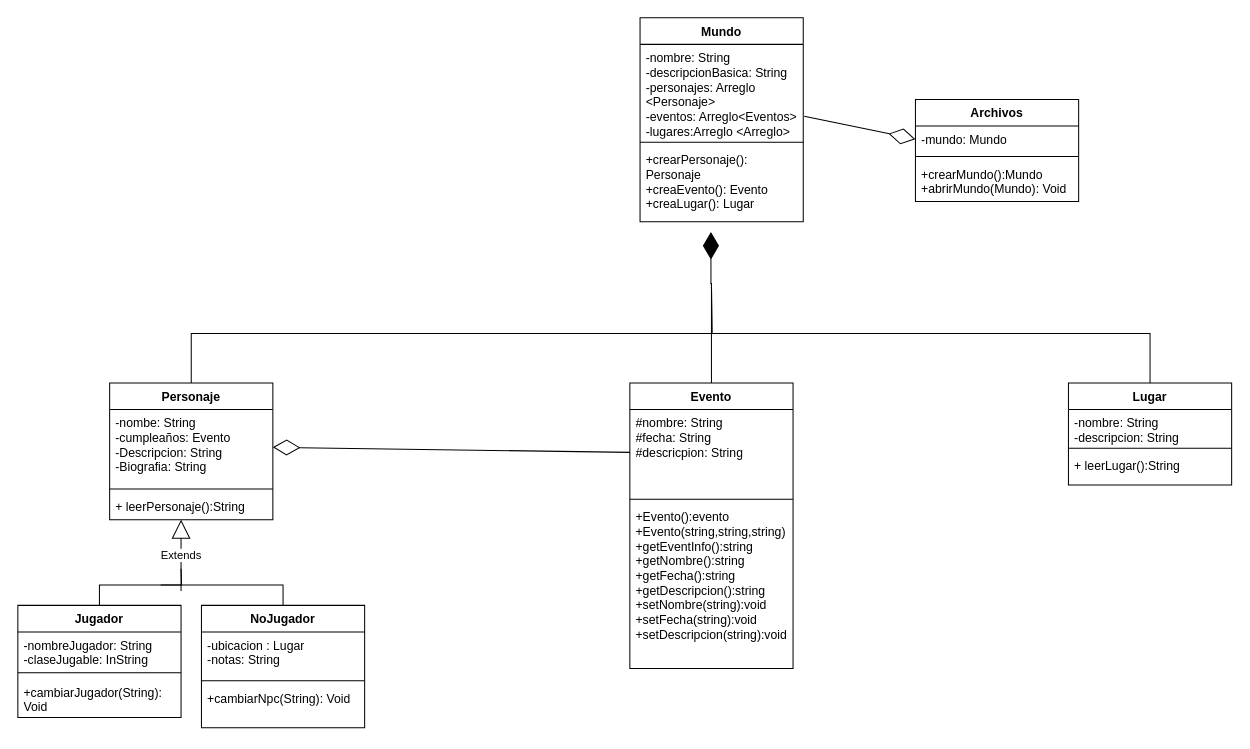
Before: Diagrama sin título.drawio in Jh700wolf/Worldbuilding-tool, a draw.io diagram. Source tidied: cells renumbered, new cells numbered last; positions are measured from the earlier drawing's top-left corner, leaving out a move shared by most shapes. Both pictures are drawn from the tidied source at 102%, with x=0, y=0 at pixel (17, 17).
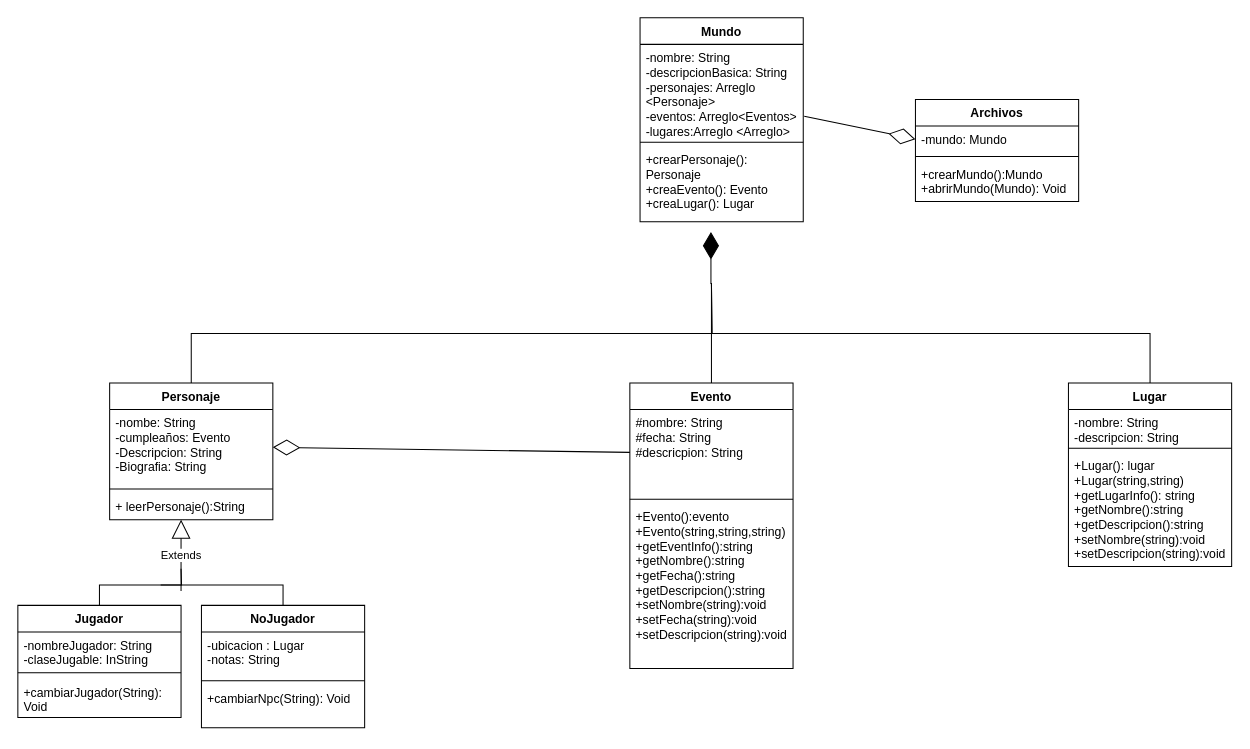
The same page after the edit.

Diff of the diagram source:
```diff
@@
     <mxCell id="17" value="Lugar" style="swimlane;fontStyle=1;align=center;verticalAlign=top;horizontal=1;startSize=26;whiteSpace=wrap;html=1;" parent="1" vertex="1">
-      <mxGeometry x="1030" y="358" width="160" height="100" as="geometry" />
+      <mxGeometry x="1030" y="358" width="160" height="180" as="geometry" />
     </mxCell>
@@
-    <mxCell id="20" value="+ leerLugar():String" style="text;strokeColor=none;fillColor=none;align=left;verticalAlign=top;spacingLeft=4;spacingRight=4;overflow=hidden;whiteSpace=wrap;html=1;" parent="17" vertex="1">
-      <mxGeometry y="68" width="160" height="32" as="geometry" />
+    <mxCell id="20" value="+Lugar(): lugar&lt;br&gt;+Lugar(string,string)&lt;br&gt;+getLugarInfo(): string&lt;br&gt;+getNombre():string&lt;br&gt;+getDescripcion():string&lt;br&gt;+setNombre(string):void&lt;br&gt;+setDescripcion(string):void" style="text;strokeColor=none;fillColor=none;align=left;verticalAlign=top;spacingLeft=4;spacingRight=4;overflow=hidden;whiteSpace=wrap;html=1;" parent="17" vertex="1">
+      <mxGeometry y="68" width="160" height="112" as="geometry" />
     </mxCell>
```
